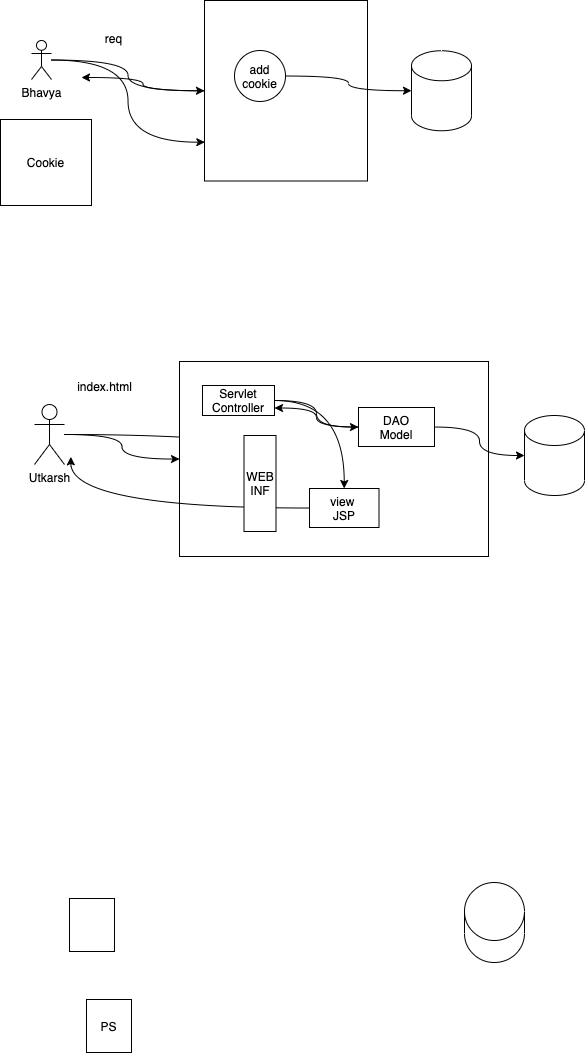
Above: images/day13.drawio.png in adithnaveen/sapient-freshers-aem-oct-2021 (draw.io), before the change. Source tidied: cells renumbered, new cells last; positions are measured from the earlier drawing's top-left corner, leaving out a move shared by most shapes.
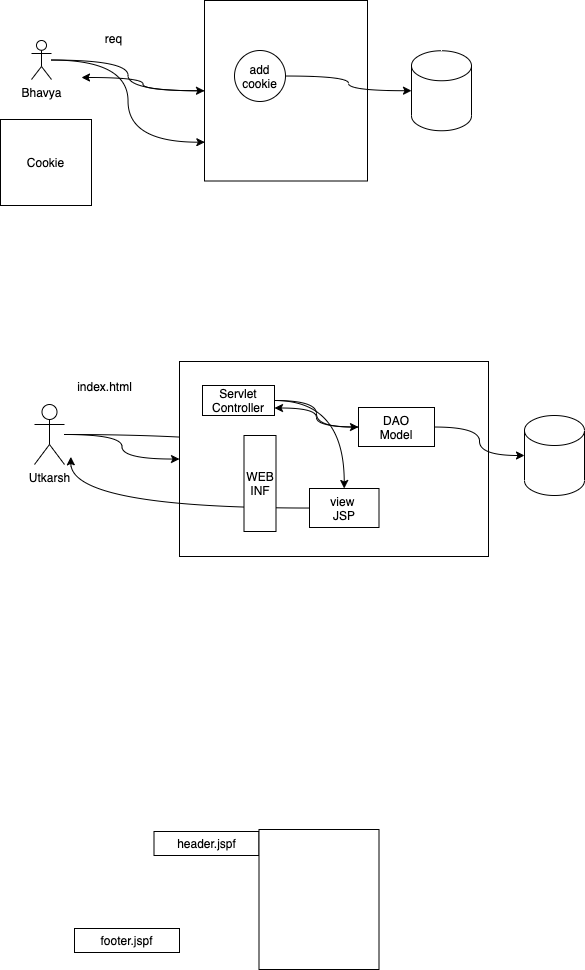
Later version of the same file.

Change to the diagram source:
```diff
@@ -81,14 +81,14 @@
     <mxCell id="26" value="index.html" style="text;html=1;align=center;verticalAlign=middle;strokeColor=none;" parent="1" vertex="1">
       <mxGeometry x="71" y="377" width="65" height="18" as="geometry" />
     </mxCell>
-    <mxCell id="27" style="rounded=0;whiteSpace=wrap;html=1;" parent="1" vertex="1">
-      <mxGeometry x="69" y="898" width="45" height="53" as="geometry" />
-    </mxCell>
-    <mxCell id="28" style="shape=cylinder3;whiteSpace=wrap;html=1;boundedLbl=1;backgroundOutline=1;size=29.000000000000114;" parent="1" vertex="1">
-      <mxGeometry x="464" y="882" width="60" height="80" as="geometry" />
-    </mxCell>
-    <mxCell id="29" value="PS" style="rounded=0;whiteSpace=wrap;html=1;" parent="1" vertex="1">
-      <mxGeometry x="86" y="999" width="45" height="53" as="geometry" />
-    </mxCell>
+    <mxCell id="30" value="header.jspf" style="rounded=0;whiteSpace=wrap;html=1;" parent="1" vertex="1">
+      <mxGeometry x="153.5" y="831" width="105" height="24" as="geometry" />
+    </mxCell>
+    <mxCell id="31" value="footer.jspf" style="rounded=0;whiteSpace=wrap;html=1;" parent="1" vertex="1">
+      <mxGeometry x="74" y="928" width="105" height="24" as="geometry" />
+    </mxCell>
+    <mxCell id="32" style="rounded=0;whiteSpace=wrap;html=1;" parent="1" vertex="1">
+      <mxGeometry x="258.5" y="829" width="120" height="140" as="geometry" />
+    </mxCell>
   </root>
 </mxGraphModel>
```
